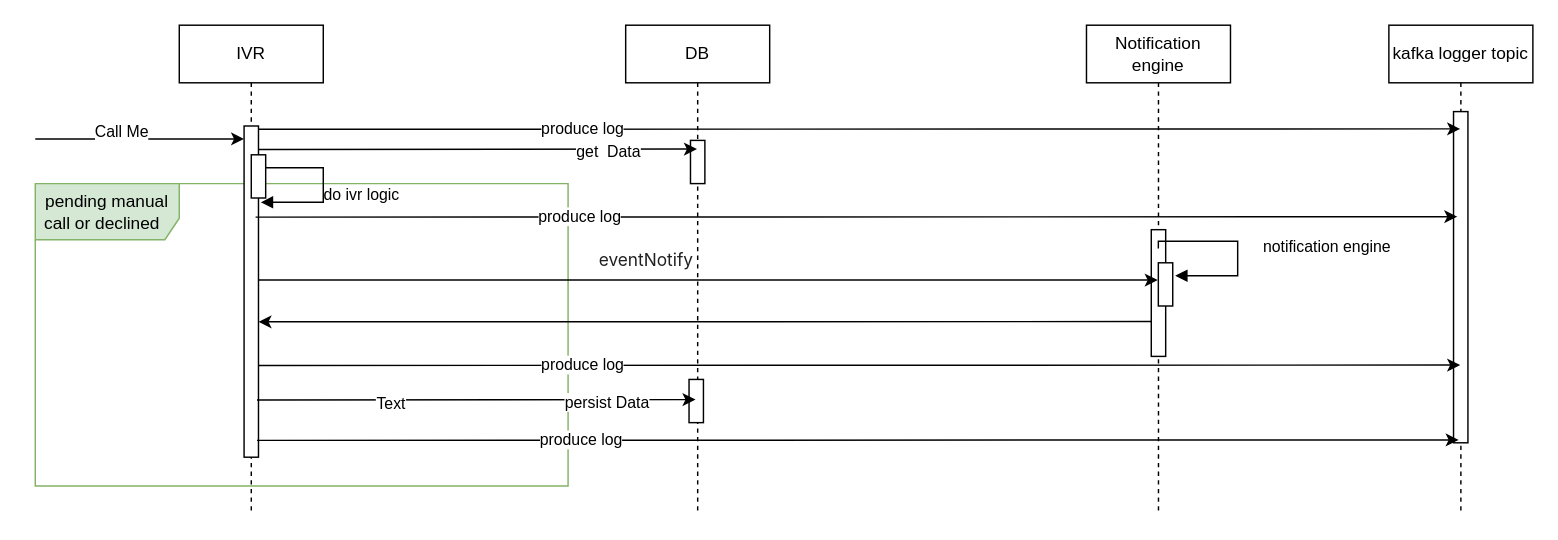
The draw.io diagram page "IVR Notification Flow (NE_IVR_Flow1)" (3 of 15) of IVR2.drawio in MHosnii/DrawIo, before the edit. Source tidied: cells renumbered, new cells numbered last; positions are measured from the earlier drawing's top-left corner, leaving out a move shared by most shapes. Both pictures are drawn from the tidied source at 144%, with x=0, y=0 at pixel (35, 24).
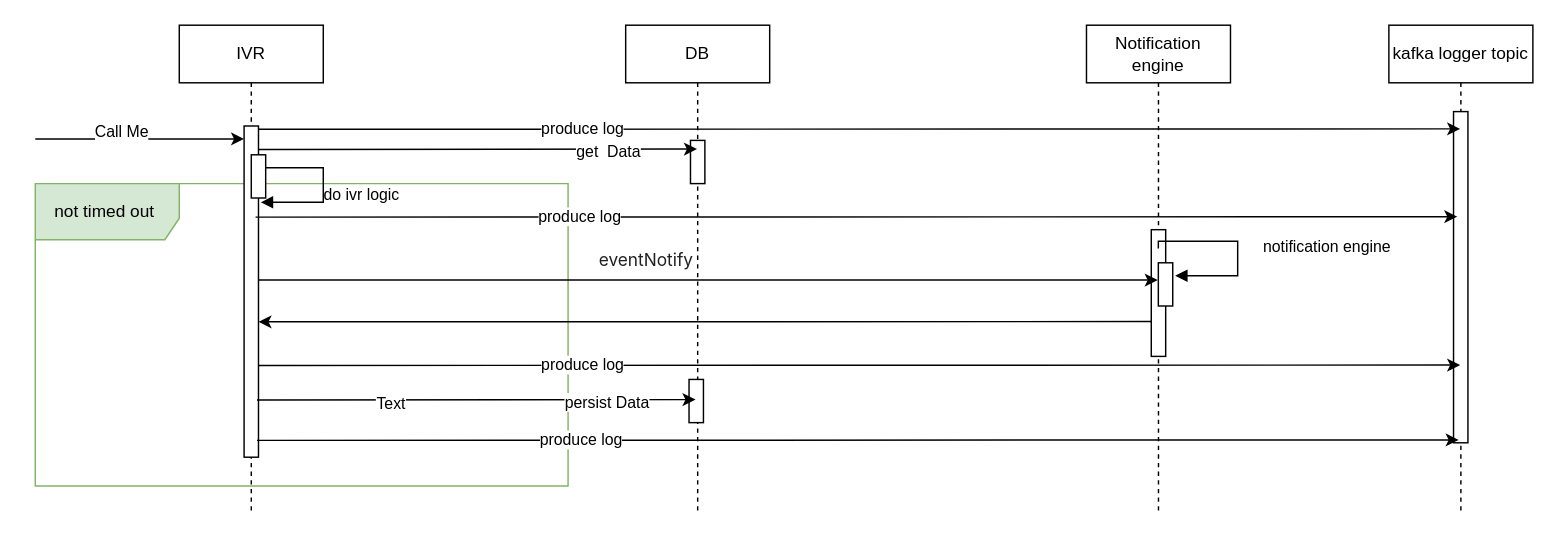
The same diagram, later.

Diff of the diagram source:
```diff
@@
-    <mxCell id="2" value="pending manual call or declined&amp;nbsp;&amp;nbsp;" style="shape=umlFrame;whiteSpace=wrap;html=1;width=100;height=39;fillColor=#d5e8d4;strokeColor=#82b366;" parent="1" vertex="1">
+    <mxCell id="2" value="not timed out&amp;nbsp;" style="shape=umlFrame;whiteSpace=wrap;html=1;width=100;height=39;fillColor=#d5e8d4;strokeColor=#82b366;" parent="1" vertex="1">
       <mxGeometry y="110" width="370" height="210" as="geometry" />
     </mxCell>
```
